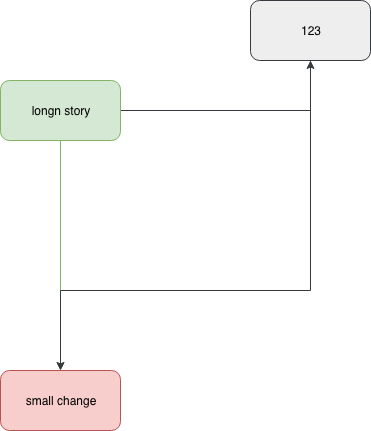
Before: test2.png, a diagram exported from draw.io (alderg/sandbox). Source tidied: cells renumbered, new cells last; positions are measured from the earlier drawing's top-left corner, leaving out a move shared by most shapes.
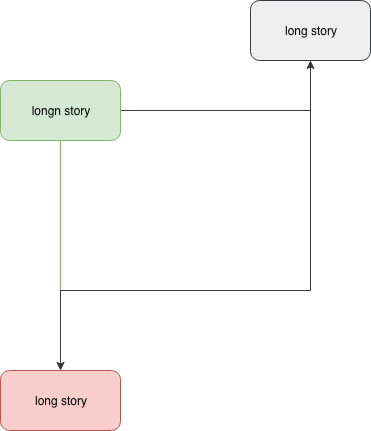
The same diagram one commit later.

Change to the diagram source:
```diff
@@ -18,10 +18,10 @@
         </Array>
       </mxGeometry>
     </mxCell>
-    <mxCell id="6" value="123" style="rounded=1;whiteSpace=wrap;html=1;fillColor=#eeeeee;strokeColor=#36393d;" parent="1" vertex="1">
+    <mxCell id="6" value="long story" style="rounded=1;whiteSpace=wrap;html=1;fillColor=#eeeeee;strokeColor=#36393d;" parent="1" vertex="1">
       <mxGeometry x="250" width="120" height="60" as="geometry" />
     </mxCell>
-    <mxCell id="7" value="small change" style="rounded=1;whiteSpace=wrap;html=1;fillColor=#f8cecc;strokeColor=#b85450;" parent="1" vertex="1">
+    <mxCell id="7" value="long story" style="rounded=1;whiteSpace=wrap;html=1;fillColor=#f8cecc;strokeColor=#b85450;" parent="1" vertex="1">
       <mxGeometry y="370" width="120" height="60" as="geometry" />
     </mxCell>
   </root>
```
